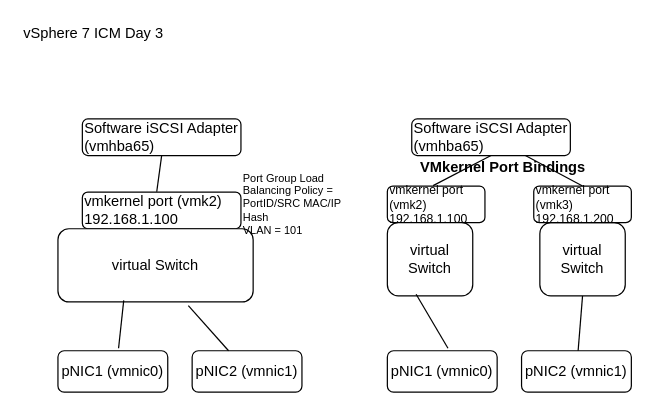
Earlier version of the draw.io diagram page "vmkportbindings" (1 of 5) of vSphere7ICMday3.drawio (taupoali/vmwarediagrams). Source tidied: cells renumbered, new cells numbered last; positions are measured from the earlier drawing's top-left corner, leaving out a move shared by most shapes. Both pictures are drawn from the tidied source at 122%, with x=0, y=0 at pixel (21, 21).
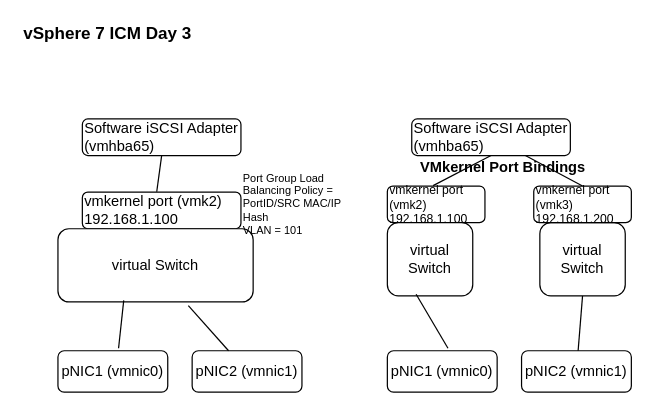
The same page after the edit.

Diff of the diagram source:
```diff
@@
-    <mxCell id="2" value="vSphere 7 ICM Day 3" style="text;html=1;strokeColor=none;fillColor=none;align=left;verticalAlign=middle;whiteSpace=wrap;rounded=0;" parent="1" vertex="1">
+    <mxCell id="2" value="vSphere 7 ICM Day 3" style="text;html=1;strokeColor=none;fillColor=none;align=left;verticalAlign=middle;whiteSpace=wrap;rounded=0;fontStyle=1;fontSize=14;" parent="1" vertex="1">
       <mxGeometry width="150" height="20" as="geometry" />
     </mxCell>
```
